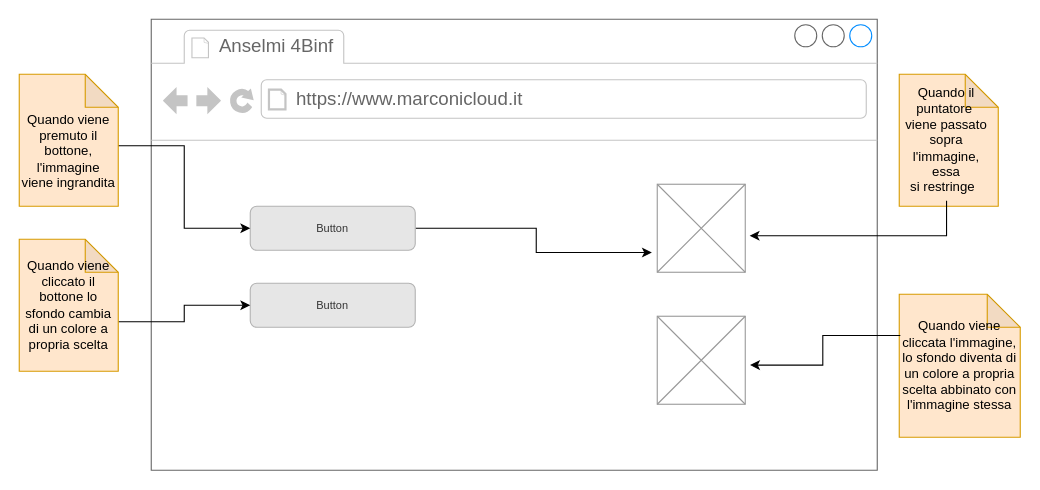
Before: MyDiagram.drawio in gianlucaanselmi/15-02-2021_Exercise_Info, a draw.io diagram. Source tidied: cells renumbered, new cells numbered last; positions are measured from the earlier drawing's top-left corner, leaving out a move shared by most shapes. Both pictures are drawn from the tidied source at 110%, with x=0, y=0 at pixel (19, 19).
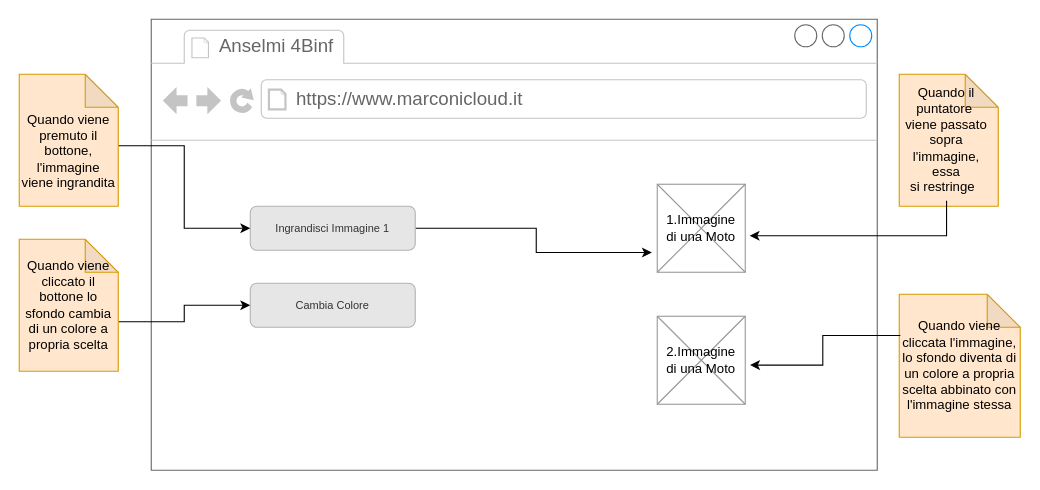
After the change.

The change refers to these unchanged cells:
```xml
<mxCell id="2" style="strokeWidth=1;shadow=0;dashed=0;align=center;html=1;shape=mxgraph.mockup.containers.browserWindow;rSize=0;strokeColor=#666666;strokeColor2=#008cff;strokeColor3=#c4c4c4;mainText=,;" parent="1" vertex="1">
  <mxGeometry x="120" width="660" height="410" as="geometry" />
</mxCell>
```

What changed in the source:
```diff
@@
-    <mxCell id="6" value="Button&lt;br&gt;" style="rounded=1;html=1;shadow=0;dashed=0;whiteSpace=wrap;fontSize=10;fillColor=#E6E6E6;align=center;strokeColor=#B3B3B3;fontColor=#333333;" parent="2" vertex="1">
+    <mxCell id="6" value="Ingrandisci Immagine 1" style="rounded=1;html=1;shadow=0;dashed=0;whiteSpace=wrap;fontSize=10;fillColor=#E6E6E6;align=center;strokeColor=#B3B3B3;fontColor=#333333;" parent="2" vertex="1">
       <mxGeometry x="90" y="170" width="150" height="40" as="geometry" />
     </mxCell>
-    <mxCell id="7" value="Button&lt;br&gt;" style="rounded=1;html=1;shadow=0;dashed=0;whiteSpace=wrap;fontSize=10;fillColor=#E6E6E6;align=center;strokeColor=#B3B3B3;fontColor=#333333;" parent="2" vertex="1">
+    <mxCell id="7" value="Cambia Colore" style="rounded=1;html=1;shadow=0;dashed=0;whiteSpace=wrap;fontSize=10;fillColor=#E6E6E6;align=center;strokeColor=#B3B3B3;fontColor=#333333;" parent="2" vertex="1">
       <mxGeometry x="90" y="240" width="150" height="40" as="geometry" />
     </mxCell>
@@
+    <mxCell id="22" value="1.Immagine di una Moto" style="text;html=1;strokeColor=none;fillColor=none;align=center;verticalAlign=middle;whiteSpace=wrap;rounded=0;" parent="2" vertex="1">
+      <mxGeometry x="480" y="180" width="40" height="20" as="geometry" />
+    </mxCell>
+    <mxCell id="23" value="2.Immagine di una Moto" style="text;html=1;strokeColor=none;fillColor=none;align=center;verticalAlign=middle;whiteSpace=wrap;rounded=0;" parent="2" vertex="1">
+      <mxGeometry x="480" y="300" width="40" height="20" as="geometry" />
+    </mxCell>
```
